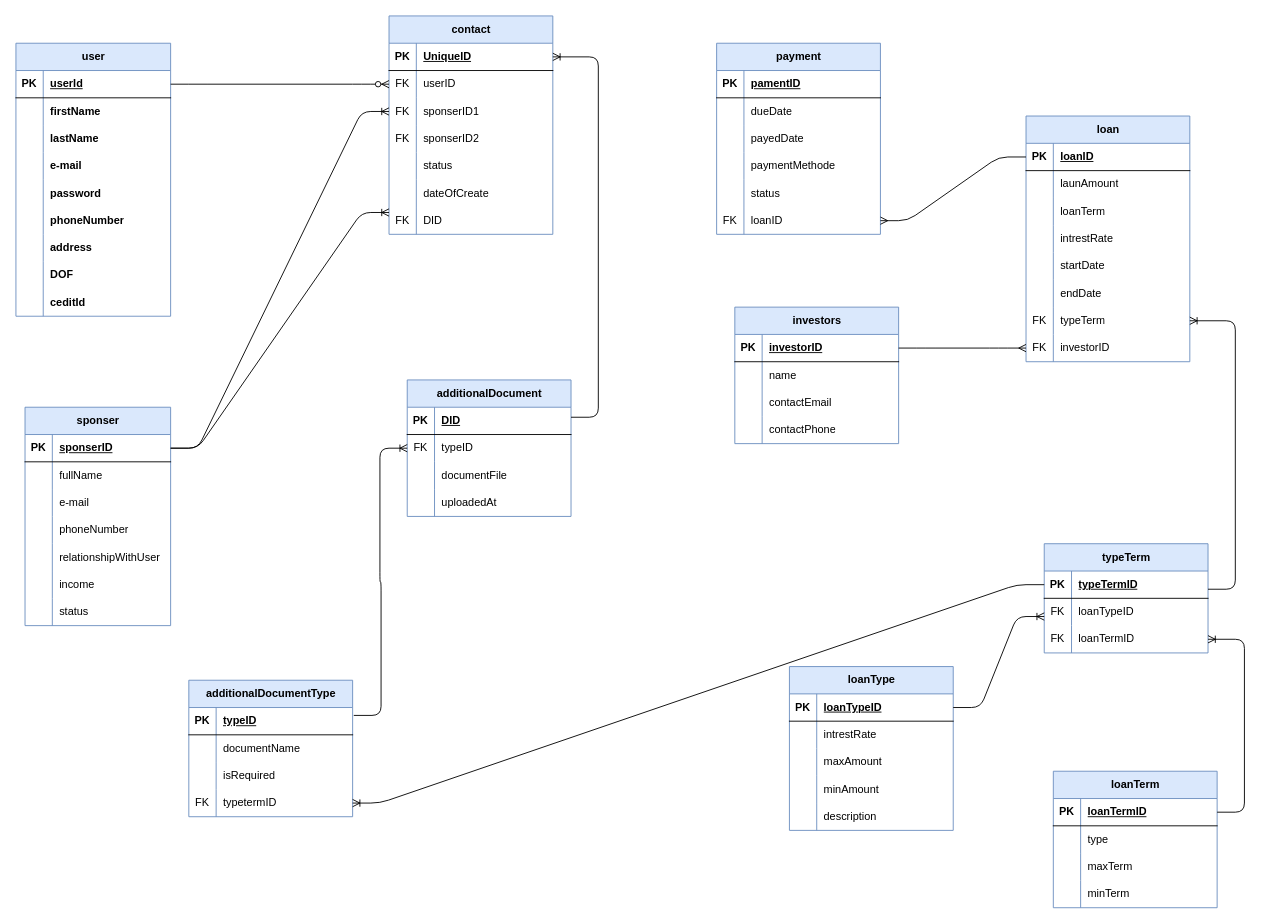
The draw.io diagram erd.drawio in hevahasan22/smart-fund, before the edit. Source tidied: cells renumbered, new cells numbered last; positions are measured from the earlier drawing's top-left corner, leaving out a move shared by most shapes. Both pictures are drawn from the tidied source at 91%, with x=0, y=0 at pixel (15, 15).
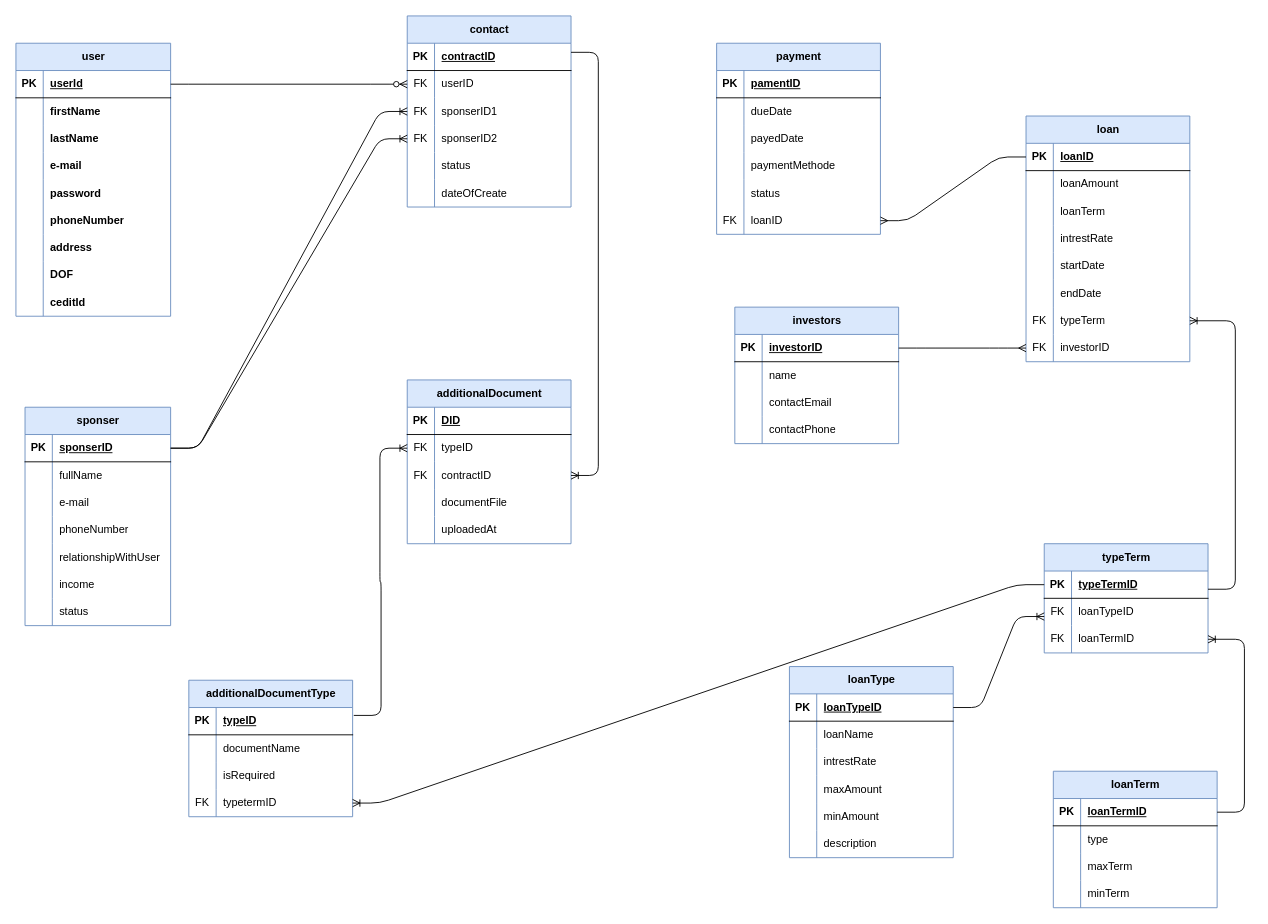
After the change.

The change refers to these unchanged cells:
```xml
<mxCell id="31" style="shape=tableRow;horizontal=0;startSize=0;swimlaneHead=0;swimlaneBody=0;fillColor=none;points=[[0,0.5],[1,0.5]];portConstraint=eastwest;top=0;left=0;right=0;bottom=1;" parent="30" vertex="1">
  <mxGeometry y="30" width="160" height="30" as="geometry" />
</mxCell>
<mxCell id="88" style="shape=tableRow;horizontal=0;startSize=0;swimlaneHead=0;swimlaneBody=0;fillColor=none;top=0;left=0;right=0;bottom=0;" parent="84" vertex="1">
  <mxGeometry y="60" width="180" height="30" as="geometry" />
</mxCell>
<mxCell id="139" style="shape=tableRow;horizontal=0;startSize=0;swimlaneHead=0;swimlaneBody=0;fillColor=none;points=[[0,0.5],[1,0.5]];portConstraint=eastwest;top=0;left=0;right=0;bottom=1;" parent="138" vertex="1">
  <mxGeometry y="30" width="180" height="30" as="geometry" />
</mxCell>
<mxCell id="148" style="shape=tableRow;horizontal=0;startSize=0;swimlaneHead=0;swimlaneBody=0;fillColor=none;points=[[0,0.5],[1,0.5]];portConstraint=eastwest;top=0;left=0;right=0;bottom=0;" parent="138" vertex="1">
  <mxGeometry y="120" width="180" height="30" as="geometry" />
</mxCell>
```

The edit, as a diff of the source:
```diff
@@
-    <mxCell id="90" value="launAmount" style="shape=partialRectangle;fillColor=none;top=0;left=0;bottom=0;right=0;align=left;spacingLeft=6;overflow=hidden;whiteSpace=wrap;html=1;" parent="88" vertex="1">
+    <mxCell id="90" value="loanAmount" style="shape=partialRectangle;fillColor=none;top=0;left=0;bottom=0;right=0;align=left;spacingLeft=6;overflow=hidden;whiteSpace=wrap;html=1;" parent="88" vertex="1">
       <mxGeometry x="30" width="150" height="30" as="geometry" />
     </mxCell>
@@
     <mxCell id="109" value="loanType" style="shape=table;startSize=30;childLayout=tableLayout;rowLines=0;fontStyle=1;align=center;html=1;fillColor=#dae8fc;strokeColor=#6c8ebf;" parent="1" vertex="1">
-      <mxGeometry x="850" y="715" width="180" height="180" as="geometry" />
+      <mxGeometry x="850" y="715" width="180" height="210" as="geometry" />
     </mxCell>
@@
+    <mxCell id="207" style="shape=tableRow;horizontal=0;startSize=0;swimlaneHead=0;swimlaneBody=0;fillColor=none;top=0;left=0;right=0;bottom=0;" parent="109" vertex="1">
+      <mxGeometry y="60" width="180" height="30" as="geometry" />
+    </mxCell>
+    <mxCell id="208" style="shape=partialRectangle;fillColor=none;top=0;left=0;bottom=0;right=0;overflow=hidden;whiteSpace=wrap;html=1;" parent="207" vertex="1">
+      <mxGeometry width="30" height="30" as="geometry" />
+    </mxCell>
+    <mxCell id="209" value="loanName" style="shape=partialRectangle;fillColor=none;top=0;left=0;bottom=0;right=0;align=left;spacingLeft=6;overflow=hidden;whiteSpace=wrap;html=1;" parent="207" vertex="1">
+      <mxGeometry x="30" width="150" height="30" as="geometry" />
+    </mxCell>
     <mxCell id="113" style="shape=tableRow;horizontal=0;startSize=0;swimlaneHead=0;swimlaneBody=0;fillColor=none;top=0;left=0;right=0;bottom=0;" parent="109" vertex="1">
-      <mxGeometry y="60" width="180" height="30" as="geometry" />
+      <mxGeometry y="90" width="180" height="30" as="geometry" />
     </mxCell>
@@
     <mxCell id="116" style="shape=tableRow;horizontal=0;startSize=0;swimlaneHead=0;swimlaneBody=0;fillColor=none;top=0;left=0;right=0;bottom=0;" parent="109" vertex="1">
-      <mxGeometry y="90" width="180" height="30" as="geometry" />
+      <mxGeometry y="120" width="180" height="30" as="geometry" />
     </mxCell>
@@
     <mxCell id="119" style="shape=tableRow;horizontal=0;startSize=0;swimlaneHead=0;swimlaneBody=0;fillColor=none;top=0;left=0;right=0;bottom=0;" parent="109" vertex="1">
-      <mxGeometry y="120" width="180" height="30" as="geometry" />
+      <mxGeometry y="150" width="180" height="30" as="geometry" />
     </mxCell>
@@
     <mxCell id="122" style="shape=tableRow;horizontal=0;startSize=0;swimlaneHead=0;swimlaneBody=0;fillColor=none;top=0;left=0;right=0;bottom=0;" parent="109" vertex="1">
-      <mxGeometry y="150" width="180" height="30" as="geometry" />
+      <mxGeometry y="180" width="180" height="30" as="geometry" />
     </mxCell>
@@
     <mxCell id="138" value="contact" style="shape=table;startSize=30;childLayout=tableLayout;rowLines=0;fontStyle=1;align=center;html=1;fillColor=#dae8fc;strokeColor=#6c8ebf;" parent="1" vertex="1">
-      <mxGeometry x="410" width="180" height="240" as="geometry" />
+      <mxGeometry x="430" width="180" height="210" as="geometry" />
     </mxCell>
@@
-    <mxCell id="141" value="UniqueID" style="shape=partialRectangle;fillColor=none;top=0;left=0;bottom=0;right=0;align=left;spacingLeft=6;fontStyle=5;overflow=hidden;whiteSpace=wrap;html=1;" parent="139" vertex="1">
+    <mxCell id="141" value="contractID" style="shape=partialRectangle;fillColor=none;top=0;left=0;bottom=0;right=0;align=left;spacingLeft=6;fontStyle=5;overflow=hidden;whiteSpace=wrap;html=1;" parent="139" vertex="1">
       <mxGeometry x="30" width="150" height="30" as="geometry" />
     </mxCell>
@@
-    <mxCell id="157" style="shape=tableRow;horizontal=0;startSize=0;swimlaneHead=0;swimlaneBody=0;fillColor=none;top=0;left=0;right=0;bottom=0;" parent="138" vertex="1">
-      <mxGeometry y="210" width="180" height="30" as="geometry" />
-    </mxCell>
-    <mxCell id="158" value="FK" style="shape=partialRectangle;fillColor=none;top=0;left=0;bottom=0;right=0;overflow=hidden;whiteSpace=wrap;html=1;" parent="157" vertex="1">
-      <mxGeometry width="30" height="30" as="geometry" />
-    </mxCell>
-    <mxCell id="159" value="DID" style="shape=partialRectangle;fillColor=none;top=0;left=0;bottom=0;right=0;align=left;spacingLeft=6;overflow=hidden;whiteSpace=wrap;html=1;" parent="157" vertex="1">
-      <mxGeometry x="30" width="150" height="30" as="geometry" />
-    </mxCell>
@@
-    <mxCell id="175" style="edgeStyle=entityRelationEdgeStyle;fontSize=12;html=1;endArrow=ERoneToMany;entryX=0;entryY=0.5;entryDx=0;entryDy=0;exitX=1;exitY=0.5;exitDx=0;exitDy=0;" parent="1" edge="1" source="31">
+    <mxCell id="175" style="edgeStyle=entityRelationEdgeStyle;fontSize=12;html=1;endArrow=ERoneToMany;entryX=0;entryY=0.5;entryDx=0;entryDy=0;exitX=1;exitY=0.5;exitDx=0;exitDy=0;" parent="1" edge="1" source="31" target="148">
       <mxGeometry relative="1" as="geometry">
-        <mxPoint x="410" y="216" as="targetPoint" />
         <Array as="points">
           <mxPoint x="192" y="485" />
           <mxPoint x="170" y="470" />
           <mxPoint x="180" y="511" />
           <mxPoint x="170" y="461" />
           <mxPoint x="400" y="246" />
           <mxPoint x="210" y="501" />
         </Array>
       </mxGeometry>
     </mxCell>
     <mxCell id="176" value="&lt;span style=&quot;color: rgb(0, 0, 0);&quot;&gt;additionalDocument&lt;/span&gt;" style="shape=table;startSize=30;childLayout=tableLayout;rowLines=0;fontStyle=1;align=center;html=1;fillColor=#dae8fc;strokeColor=#6c8ebf;" parent="1" vertex="1">
-      <mxGeometry x="430" y="400" width="180" height="150" as="geometry" />
+      <mxGeometry x="430" y="400" width="180" height="180" as="geometry" />
     </mxCell>
@@
+    <mxCell id="210" style="shape=tableRow;horizontal=0;startSize=0;swimlaneHead=0;swimlaneBody=0;fillColor=none;points=[[0,0.5],[1,0.5]];portConstraint=eastwest;top=0;left=0;right=0;bottom=0;" parent="176" vertex="1">
+      <mxGeometry y="90" width="180" height="30" as="geometry" />
+    </mxCell>
+    <mxCell id="158" value="FK" style="shape=partialRectangle;fillColor=none;top=0;left=0;bottom=0;right=0;overflow=hidden;whiteSpace=wrap;html=1;" parent="210" vertex="1">
+      <mxGeometry width="30" height="30" as="geometry" />
+    </mxCell>
+    <mxCell id="211" value="contractID" style="shape=partialRectangle;fillColor=none;top=0;left=0;bottom=0;right=0;align=left;spacingLeft=6;overflow=hidden;whiteSpace=wrap;html=1;" parent="210" vertex="1">
+      <mxGeometry x="30" width="150" height="30" as="geometry" />
+    </mxCell>
     <mxCell id="183" style="shape=tableRow;horizontal=0;startSize=0;swimlaneHead=0;swimlaneBody=0;fillColor=none;top=0;left=0;right=0;bottom=0;" parent="176" vertex="1">
-      <mxGeometry y="90" width="180" height="30" as="geometry" />
+      <mxGeometry y="120" width="180" height="30" as="geometry" />
     </mxCell>
@@
     <mxCell id="186" style="shape=tableRow;horizontal=0;startSize=0;swimlaneHead=0;swimlaneBody=0;fillColor=none;top=0;left=0;right=0;bottom=0;" parent="176" vertex="1">
-      <mxGeometry y="120" width="180" height="30" as="geometry" />
+      <mxGeometry y="150" width="180" height="30" as="geometry" />
     </mxCell>
@@
-    <mxCell id="203" style="edgeStyle=entityRelationEdgeStyle;fontSize=12;html=1;endArrow=ERoneToMany;sourcePerimeterSpacing=0;targetPerimeterSpacing=0;endSize=6;startSize=6;entryX=1;entryY=0.5;entryDx=0;entryDy=0;exitX=1;exitY=0.5;exitDx=0;exitDy=0;" parent="1" edge="1" target="139">
-      <mxGeometry relative="1" as="geometry">
-        <mxPoint x="610" y="441" as="sourcePoint" />
-        <Array as="points">
-          <mxPoint x="590" y="450" />
-          <mxPoint x="910" y="430" />
-          <mxPoint x="810" y="430" />
-          <mxPoint x="620" y="515" />
-          <mxPoint x="710" y="420" />
-        </Array>
-      </mxGeometry>
-    </mxCell>
@@
+    <mxCell id="212" style="edgeStyle=entityRelationEdgeStyle;fontSize=12;html=1;endArrow=ERoneToMany;entryX=1;entryY=0.5;entryDx=0;entryDy=0;" parent="1" edge="1" target="210">
+      <mxGeometry relative="1" as="geometry">
+        <mxPoint x="610" y="40" as="sourcePoint" />
+        <Array as="points">
+          <mxPoint x="620" y="70" />
+          <mxPoint x="480" y="230" />
+          <mxPoint x="700" y="75" />
+          <mxPoint x="720" y="195" />
+          <mxPoint x="680" y="235" />
+          <mxPoint x="740" y="235" />
+          <mxPoint x="690" y="420" />
+          <mxPoint x="660" y="315" />
+          <mxPoint x="750" y="235" />
+          <mxPoint x="630" y="315" />
+          <mxPoint x="700" y="395" />
+          <mxPoint x="770" y="415" />
+          <mxPoint x="800" y="165" />
+        </Array>
+      </mxGeometry>
+    </mxCell>
```
